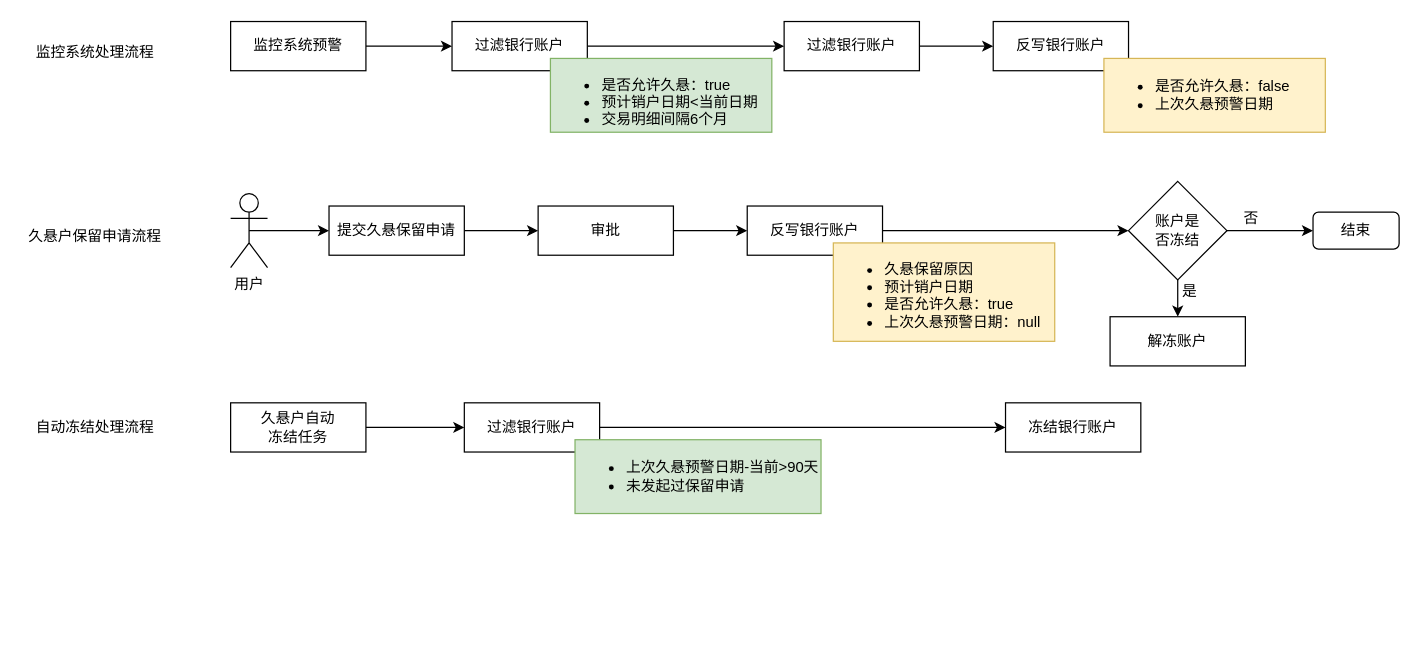
Earlier version of the draw.io diagram dormant-global.drawio (Alphathur/diagram). Source tidied: cells renumbered, new cells numbered last; positions are measured from the earlier drawing's top-left corner, leaving out a move shared by most shapes. Both pictures are drawn from the tidied source at 123%, with x=0, y=0 at pixel (21, 21).
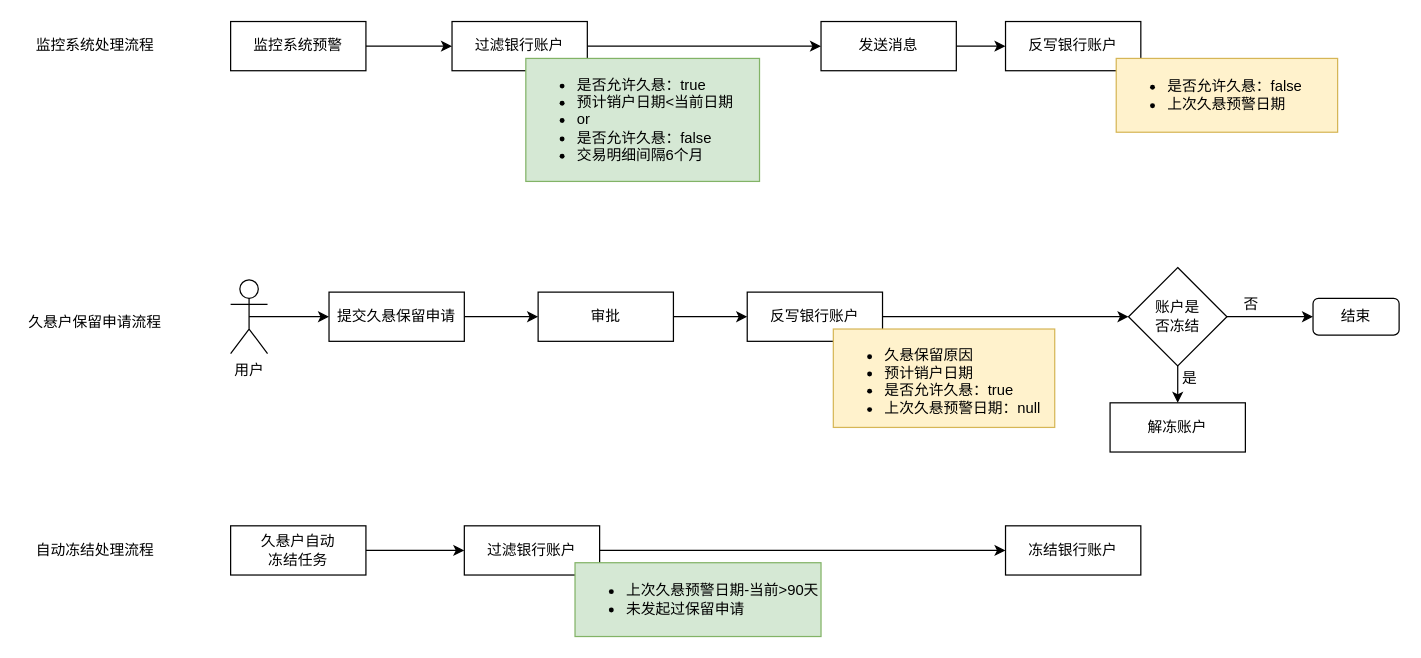
After the change.

The change refers to these unchanged cells:
```xml
<mxCell id="16" value="过滤银行账户" style="rounded=0;whiteSpace=wrap;html=1;" parent="1" vertex="1">
  <mxGeometry x="350" width="110" height="40" as="geometry" />
</mxCell>
```

Change to the diagram source:
```diff
@@
     <mxCell id="4" value="反写银行账户" style="rounded=0;whiteSpace=wrap;html=1;" parent="1" vertex="1">
-      <mxGeometry x="790" width="110" height="40" as="geometry" />
+      <mxGeometry x="800" width="110" height="40" as="geometry" />
     </mxCell>
     <mxCell id="5" value="&lt;ul&gt;&lt;li&gt;&lt;span style=&quot;background-color: initial;&quot;&gt;是否允许久悬：false&lt;/span&gt;&lt;br&gt;&lt;/li&gt;&lt;li&gt;上次久悬预警日期&lt;/li&gt;&lt;/ul&gt;" style="text;html=1;whiteSpace=wrap;verticalAlign=middle;overflow=hidden;rounded=0;imageAspect=1;absoluteArcSize=0;noLabel=0;fillColor=#fff2cc;strokeColor=#d6b656;" parent="1" vertex="1">
-      <mxGeometry x="880" y="30" width="180" height="60" as="geometry" />
+      <mxGeometry x="890" y="30" width="180" height="60" as="geometry" />
     </mxCell>
@@
     <mxCell id="7" value="用户" style="shape=umlActor;verticalLabelPosition=bottom;verticalAlign=top;html=1;outlineConnect=0;rounded=0;fillColor=none;" parent="1" vertex="1">
-      <mxGeometry x="170" y="140" width="30" height="60" as="geometry" />
+      <mxGeometry x="170" y="210" width="30" height="60" as="geometry" />
     </mxCell>
@@
     <mxCell id="9" value="提交久悬保留申请" style="rounded=0;whiteSpace=wrap;html=1;" parent="1" vertex="1">
-      <mxGeometry x="250" y="150" width="110" height="40" as="geometry" />
+      <mxGeometry x="250" y="220" width="110" height="40" as="geometry" />
     </mxCell>
@@
     <mxCell id="11" value="审批" style="rounded=0;whiteSpace=wrap;html=1;" parent="1" vertex="1">
-      <mxGeometry x="420" y="150" width="110" height="40" as="geometry" />
+      <mxGeometry x="420" y="220" width="110" height="40" as="geometry" />
     </mxCell>
@@
     <mxCell id="13" value="反写银行账户" style="rounded=0;whiteSpace=wrap;html=1;" parent="1" vertex="1">
-      <mxGeometry x="590" y="150" width="110" height="40" as="geometry" />
+      <mxGeometry x="590" y="220" width="110" height="40" as="geometry" />
     </mxCell>
     <mxCell id="14" value="&lt;ul&gt;&lt;li&gt;久悬保留原因&lt;/li&gt;&lt;li&gt;预计销户日期&lt;/li&gt;&lt;li&gt;是否允许久悬：true&lt;/li&gt;&lt;li&gt;上次久悬预警日期：null&lt;/li&gt;&lt;/ul&gt;" style="text;html=1;whiteSpace=wrap;verticalAlign=middle;overflow=hidden;rounded=0;imageAspect=1;absoluteArcSize=0;noLabel=0;fillColor=#fff2cc;strokeColor=#d6b656;" parent="1" vertex="1">
-      <mxGeometry x="660" y="180" width="180" height="80" as="geometry" />
+      <mxGeometry x="660" y="250" width="180" height="80" as="geometry" />
     </mxCell>
-    <mxCell id="15" style="edgeStyle=orthogonalEdgeStyle;rounded=0;jettySize=auto;html=1;entryX=0;entryY=0.5;entryDx=0;entryDy=0;" parent="1" edge="1" source="16" target="19">
-      <mxGeometry relative="1" as="geometry" />
+    <mxCell id="15" style="edgeStyle=orthogonalEdgeStyle;rounded=0;jettySize=auto;html=1;" parent="1" edge="1" source="16">
+      <mxGeometry relative="1" as="geometry">
+        <mxPoint x="650" y="20" as="targetPoint" />
+      </mxGeometry>
     </mxCell>
@@
-    <mxCell id="17" value="&lt;ul&gt;&lt;li&gt;&lt;span style=&quot;background-color: initial;&quot;&gt;是否允许久悬：true&lt;/span&gt;&lt;br&gt;&lt;/li&gt;&lt;li&gt;预计销户日期&amp;lt;当前日期&lt;br&gt;&lt;/li&gt;&lt;li&gt;交易明细间隔6个月&lt;/li&gt;&lt;/ul&gt;" style="text;html=1;whiteSpace=wrap;verticalAlign=middle;overflow=hidden;rounded=0;imageAspect=1;absoluteArcSize=0;noLabel=0;fillColor=#d5e8d4;strokeColor=#82b366;" parent="1" vertex="1">
-      <mxGeometry x="430" y="30" width="180" height="60" as="geometry" />
+    <mxCell id="17" value="&lt;ul&gt;&lt;li&gt;&lt;span style=&quot;background-color: initial;&quot;&gt;是否允许久悬：true&lt;/span&gt;&lt;br&gt;&lt;/li&gt;&lt;li&gt;预计销户日期&amp;lt;当前日期&lt;br&gt;&lt;/li&gt;&lt;li&gt;or&lt;/li&gt;&lt;li&gt;是否允许久悬：false&lt;/li&gt;&lt;li&gt;交易明细间隔6个月&lt;/li&gt;&lt;/ul&gt;" style="text;html=1;whiteSpace=wrap;verticalAlign=middle;overflow=hidden;rounded=0;imageAspect=1;absoluteArcSize=0;noLabel=0;fillColor=#d5e8d4;strokeColor=#82b366;" parent="1" vertex="1">
+      <mxGeometry x="410" y="30" width="190" height="100" as="geometry" />
     </mxCell>
-    <mxCell id="18" style="edgeStyle=orthogonalEdgeStyle;rounded=0;jettySize=auto;html=1;entryX=0;entryY=0.5;entryDx=0;entryDy=0;" parent="1" edge="1" source="19" target="4">
-      <mxGeometry relative="1" as="geometry" />
-    </mxCell>
-    <mxCell id="19" value="过滤银行账户" style="rounded=0;whiteSpace=wrap;html=1;" parent="1" vertex="1">
-      <mxGeometry x="620" width="110" height="40" as="geometry" />
-    </mxCell>
     <mxCell id="20" style="edgeStyle=orthogonalEdgeStyle;rounded=0;jettySize=auto;html=1;" parent="1" edge="1" source="21">
       <mxGeometry relative="1" as="geometry">
-        <mxPoint x="360" y="330" as="targetPoint" />
+        <mxPoint x="360" y="430" as="targetPoint" />
       </mxGeometry>
     </mxCell>
     <mxCell id="21" value="久悬户自动&lt;br&gt;冻结任务" style="rounded=0;whiteSpace=wrap;html=1;" parent="1" vertex="1">
-      <mxGeometry x="170" y="310" width="110" height="40" as="geometry" />
+      <mxGeometry x="170" y="410" width="110" height="40" as="geometry" />
     </mxCell>
@@
     <mxCell id="23" value="过滤银行账户" style="rounded=0;whiteSpace=wrap;html=1;" parent="1" vertex="1">
-      <mxGeometry x="360" y="310" width="110" height="40" as="geometry" />
+      <mxGeometry x="360" y="410" width="110" height="40" as="geometry" />
     </mxCell>
     <mxCell id="24" value="&lt;ul&gt;&lt;li&gt;上次久悬预警日期-当前&amp;gt;90天&lt;/li&gt;&lt;li&gt;未发起过保留申请&lt;/li&gt;&lt;/ul&gt;" style="text;html=1;whiteSpace=wrap;verticalAlign=middle;overflow=hidden;rounded=0;imageAspect=1;absoluteArcSize=0;noLabel=0;fillColor=#d5e8d4;strokeColor=#82b366;" parent="1" vertex="1">
-      <mxGeometry x="450" y="340" width="200" height="60" as="geometry" />
+      <mxGeometry x="450" y="440" width="200" height="60" as="geometry" />
     </mxCell>
     <mxCell id="25" value="冻结银行账户" style="rounded=0;whiteSpace=wrap;html=1;" parent="1" vertex="1">
-      <mxGeometry x="800" y="310" width="110" height="40" as="geometry" />
+      <mxGeometry x="800" y="410" width="110" height="40" as="geometry" />
     </mxCell>
@@
     <mxCell id="28" value="账户是&lt;br&gt;否冻结" style="rhombus;whiteSpace=wrap;html=1;rounded=0;fillColor=none;" parent="1" vertex="1">
-      <mxGeometry x="900" y="130" width="80" height="80" as="geometry" />
+      <mxGeometry x="900" y="200" width="80" height="80" as="geometry" />
     </mxCell>
     <mxCell id="29" value="解冻账户" style="rounded=0;whiteSpace=wrap;html=1;" parent="1" vertex="1">
-      <mxGeometry x="885" y="240" width="110" height="40" as="geometry" />
+      <mxGeometry x="885" y="310" width="110" height="40" as="geometry" />
     </mxCell>
     <mxCell id="30" value="是" style="text;html=1;strokeColor=none;fillColor=none;align=center;verticalAlign=middle;whiteSpace=wrap;rounded=0;" parent="1" vertex="1">
-      <mxGeometry x="930" y="210" width="40" height="20" as="geometry" />
+      <mxGeometry x="930" y="280" width="40" height="20" as="geometry" />
     </mxCell>
     <mxCell id="31" value="否" style="text;html=1;strokeColor=none;fillColor=none;align=center;verticalAlign=middle;whiteSpace=wrap;rounded=0;" parent="1" vertex="1">
-      <mxGeometry x="980" y="150" width="40" height="20" as="geometry" />
+      <mxGeometry x="980" y="220" width="40" height="20" as="geometry" />
     </mxCell>
     <mxCell id="32" value="结束" style="rounded=1;whiteSpace=wrap;html=1;fillColor=none;" parent="1" vertex="1">
-      <mxGeometry x="1050" y="155" width="70" height="30" as="geometry" />
+      <mxGeometry x="1050" y="225" width="70" height="30" as="geometry" />
     </mxCell>
     <mxCell id="33" value="久悬户保留申请流程" style="text;html=1;strokeColor=none;fillColor=none;align=center;verticalAlign=middle;whiteSpace=wrap;rounded=0;" parent="1" vertex="1">
-      <mxGeometry y="160" width="120" height="30" as="geometry" />
+      <mxGeometry y="230" width="120" height="30" as="geometry" />
     </mxCell>
     <mxCell id="34" value="监控系统处理流程" style="text;html=1;strokeColor=none;fillColor=none;align=center;verticalAlign=middle;whiteSpace=wrap;rounded=0;" parent="1" vertex="1">
-      <mxGeometry y="10" width="120" height="30" as="geometry" />
+      <mxGeometry y="5" width="120" height="30" as="geometry" />
     </mxCell>
     <mxCell id="35" value="自动冻结处理流程" style="text;html=1;strokeColor=none;fillColor=none;align=center;verticalAlign=middle;whiteSpace=wrap;rounded=0;" parent="1" vertex="1">
-      <mxGeometry y="315" width="120" height="30" as="geometry" />
+      <mxGeometry y="415" width="120" height="30" as="geometry" />
     </mxCell>
+    <mxCell id="36" style="edgeStyle=orthogonalEdgeStyle;rounded=0;jettySize=auto;html=1;" parent="1" edge="1" source="37" target="4">
+      <mxGeometry relative="1" as="geometry" />
+    </mxCell>
+    <mxCell id="37" value="发送消息" style="rounded=0;whiteSpace=wrap;html=1;" parent="1" vertex="1">
+      <mxGeometry x="650" width="110" height="40" as="geometry" />
+    </mxCell>
```
